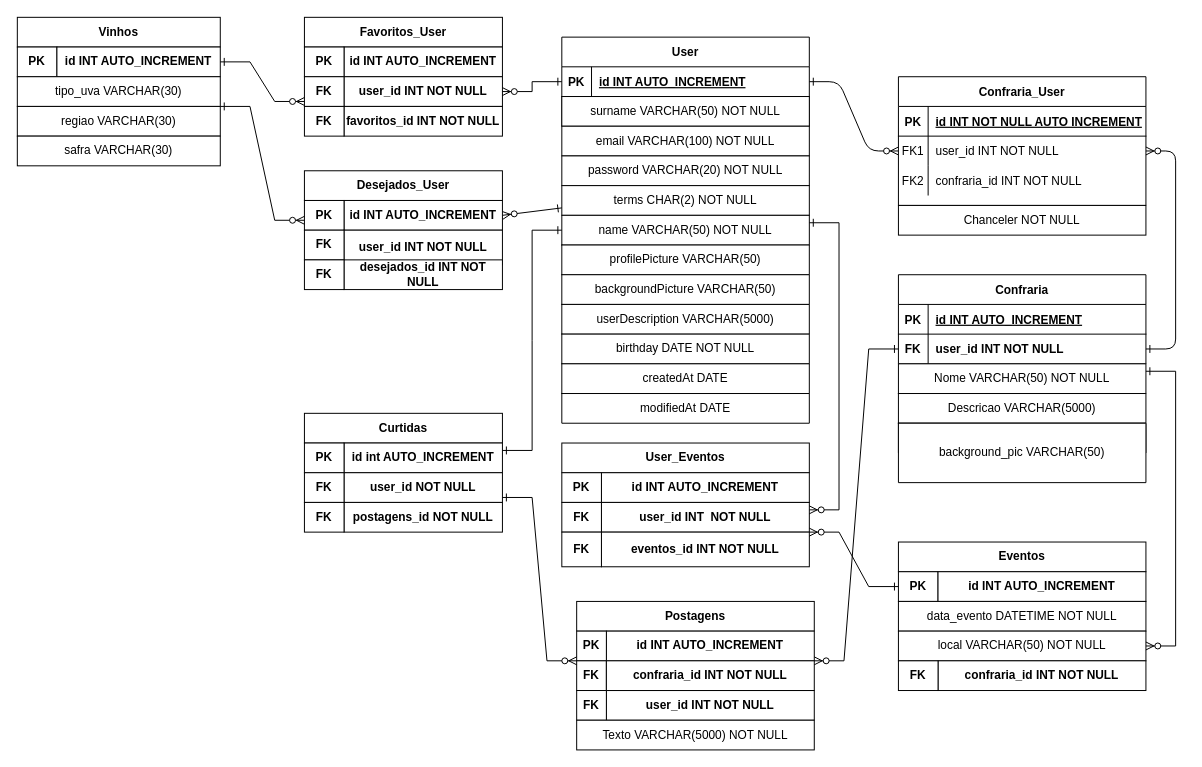
Before: ModeloBancoDeDados.drawio in jairocket/projetoIntegrador-Wined, a draw.io diagram. Source tidied: cells renumbered, new cells numbered last; positions are measured from the earlier drawing's top-left corner, leaving out a move shared by most shapes. Both pictures are drawn from the tidied source at 99%, with x=0, y=0 at pixel (17, 17).
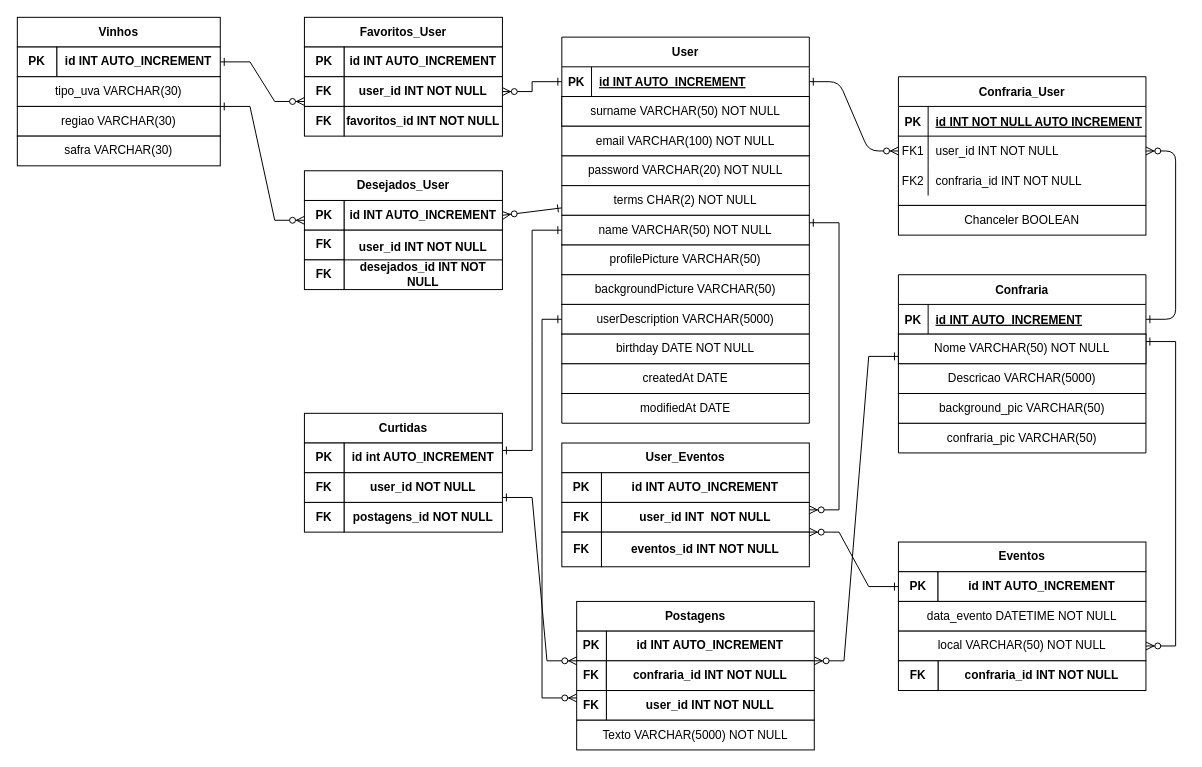
After the change.

Commit message:
ajustes modelo db

Unchanged cells that the change refers to:
```xml
<mxCell id="7" style="shape=partialRectangle;fillColor=none;points=[[0,0.5],[1,0.5]];portConstraint=eastwest;top=0;left=0;right=0;bottom=0;" parent="3" vertex="1">
  <mxGeometry y="60" width="250" height="30" as="geometry" />
</mxCell>
<mxCell id="13" value="Confraria" style="shape=table;startSize=30;childLayout=tableLayout;rowLines=0;fontStyle=1;align=center;" parent="1" vertex="1">
  <mxGeometry x="890" y="260" width="250" height="90" as="geometry" />
</mxCell>
<mxCell id="14" style="shape=partialRectangle;fillColor=none;points=[[0,0.5],[1,0.5]];portConstraint=eastwest;top=0;left=0;right=0;bottom=1;" parent="13" vertex="1">
  <mxGeometry y="30" width="250" height="30" as="geometry" />
</mxCell>
<mxCell id="49" value="&lt;b&gt;confraria_id INT NOT NULL&lt;/b&gt;" style="rounded=0;whiteSpace=wrap;html=1;" parent="1" vertex="1">
  <mxGeometry x="595" y="650" width="210" height="30" as="geometry" />
</mxCell>
<mxCell id="50" value="&lt;b&gt;FK&lt;/b&gt;" style="rounded=0;whiteSpace=wrap;html=1;" parent="1" vertex="1">
  <mxGeometry x="565" y="680" width="30" height="30" as="geometry" />
</mxCell>
<mxCell id="103" style="shape=partialRectangle;html=1;whiteSpace=wrap;fillColor=none;top=0;left=0;bottom=0;right=0;points=[[0,0.5],[1,0.5]];portConstraint=eastwest;" parent="102" vertex="1">
  <mxGeometry width="250" height="30" as="geometry" />
</mxCell>
```

What changed in the source:
```diff
@@
-    <mxCell id="17" style="shape=partialRectangle;fillColor=none;points=[[0,0.5],[1,0.5]];portConstraint=eastwest;top=0;left=0;right=0;bottom=0;" parent="13" vertex="1">
-      <mxGeometry y="60" width="250" height="30" as="geometry" />
-    </mxCell>
-    <mxCell id="18" value="FK" style="shape=partialRectangle;overflow=hidden;fillColor=none;top=0;left=0;bottom=0;right=0;fontStyle=1;" parent="17" vertex="1">
-      <mxGeometry width="30" height="30" as="geometry" />
-    </mxCell>
-    <mxCell id="19" value="user_id INT NOT NULL" style="shape=partialRectangle;overflow=hidden;fillColor=none;top=0;left=0;bottom=0;right=0;align=left;spacingLeft=6;fontStyle=1;" parent="17" vertex="1">
-      <mxGeometry x="30" width="220" height="30" as="geometry" />
-    </mxCell>
@@
-    <mxCell id="43" style="edgeStyle=entityRelationEdgeStyle;endArrow=ERzeroToMany;startArrow=ERone;endFill=1;startFill=0;entryX=1;entryY=0.5;entryDx=0;entryDy=0;exitX=1;exitY=0.5;exitDx=0;exitDy=0;" parent="1" edge="1" source="17" target="7">
+    <mxCell id="43" style="edgeStyle=entityRelationEdgeStyle;endArrow=ERzeroToMany;startArrow=ERone;endFill=1;startFill=0;entryX=1;entryY=0.5;entryDx=0;entryDy=0;exitX=1;exitY=0.5;exitDx=0;exitDy=0;" parent="1" edge="1" source="14" target="7">
       <mxGeometry relative="1" as="geometry" />
     </mxCell>
@@
     <mxCell id="52" value="Nome VARCHAR(50) NOT NULL" style="rounded=0;whiteSpace=wrap;html=1;" parent="1" vertex="1">
-      <mxGeometry x="890" y="350" width="250" height="30" as="geometry" />
+      <mxGeometry x="890" y="320" width="250" height="30" as="geometry" />
     </mxCell>
-    <mxCell id="53" value="Chanceler NOT NULL" style="rounded=0;whiteSpace=wrap;html=1;" parent="1" vertex="1">
+    <mxCell id="53" value="Chanceler BOOLEAN" style="rounded=0;whiteSpace=wrap;html=1;" parent="1" vertex="1">
       <mxGeometry x="890" y="190" width="250" height="30" as="geometry" />
     </mxCell>
@@
-    <mxCell id="62" style="edgeStyle=entityRelationEdgeStyle;fontSize=12;html=1;endArrow=ERzeroToMany;rounded=0;entryX=1;entryY=0;entryDx=0;entryDy=0;startArrow=ERone;startFill=0;endFill=1;exitX=0;exitY=0.5;exitDx=0;exitDy=0;" parent="1" edge="1" source="17" target="49">
+    <mxCell id="62" style="edgeStyle=entityRelationEdgeStyle;fontSize=12;html=1;endArrow=ERzeroToMany;rounded=0;entryX=1;entryY=0;entryDx=0;entryDy=0;startArrow=ERone;startFill=0;endFill=1;exitX=0;exitY=0.75;exitDx=0;exitDy=0;" parent="1" edge="1" source="52" target="49">
       <mxGeometry relative="1" as="geometry" />
     </mxCell>
@@
     <mxCell id="105" style="shape=table;html=1;whiteSpace=wrap;startSize=0;childLayout=tableLayout;" parent="1" vertex="1">
-      <mxGeometry x="890" y="380" width="250" height="30" as="geometry" />
+      <mxGeometry x="890" y="350" width="250" height="30" as="geometry" />
     </mxCell>
@@
     <mxCell id="111" style="shape=table;html=1;whiteSpace=wrap;startSize=0;childLayout=tableLayout;" parent="1" vertex="1">
-      <mxGeometry x="890" y="410" width="250" height="60" as="geometry" />
+      <mxGeometry x="890" y="380" width="250" height="30" as="geometry" />
     </mxCell>
     <mxCell id="112" style="shape=partialRectangle;html=1;whiteSpace=wrap;fillColor=none;top=0;left=0;bottom=0;right=0;" parent="111" vertex="1">
-      <mxGeometry width="250" height="60" as="geometry" />
+      <mxGeometry width="250" height="30" as="geometry" />
     </mxCell>
     <mxCell id="113" value="background_pic VARCHAR(50)" style="shape=partialRectangle;html=1;whiteSpace=wrap;overflow=hidden;fillColor=none;top=0;left=0;bottom=0;right=0;" parent="112" vertex="1">
-      <mxGeometry width="250" height="60" as="geometry" />
+      <mxGeometry width="250" height="30" as="geometry" />
     </mxCell>
@@
+    <mxCell id="123" style="edgeStyle=orthogonalEdgeStyle;rounded=0;jettySize=auto;html=1;exitX=0;exitY=0.5;exitDx=0;exitDy=0;entryX=0;entryY=0.25;entryDx=0;entryDy=0;endArrow=ERzeroToMany;endFill=1;startArrow=ERone;startFill=0;" parent="1" edge="1" source="103" target="50">
+      <mxGeometry relative="1" as="geometry" />
+    </mxCell>
```
